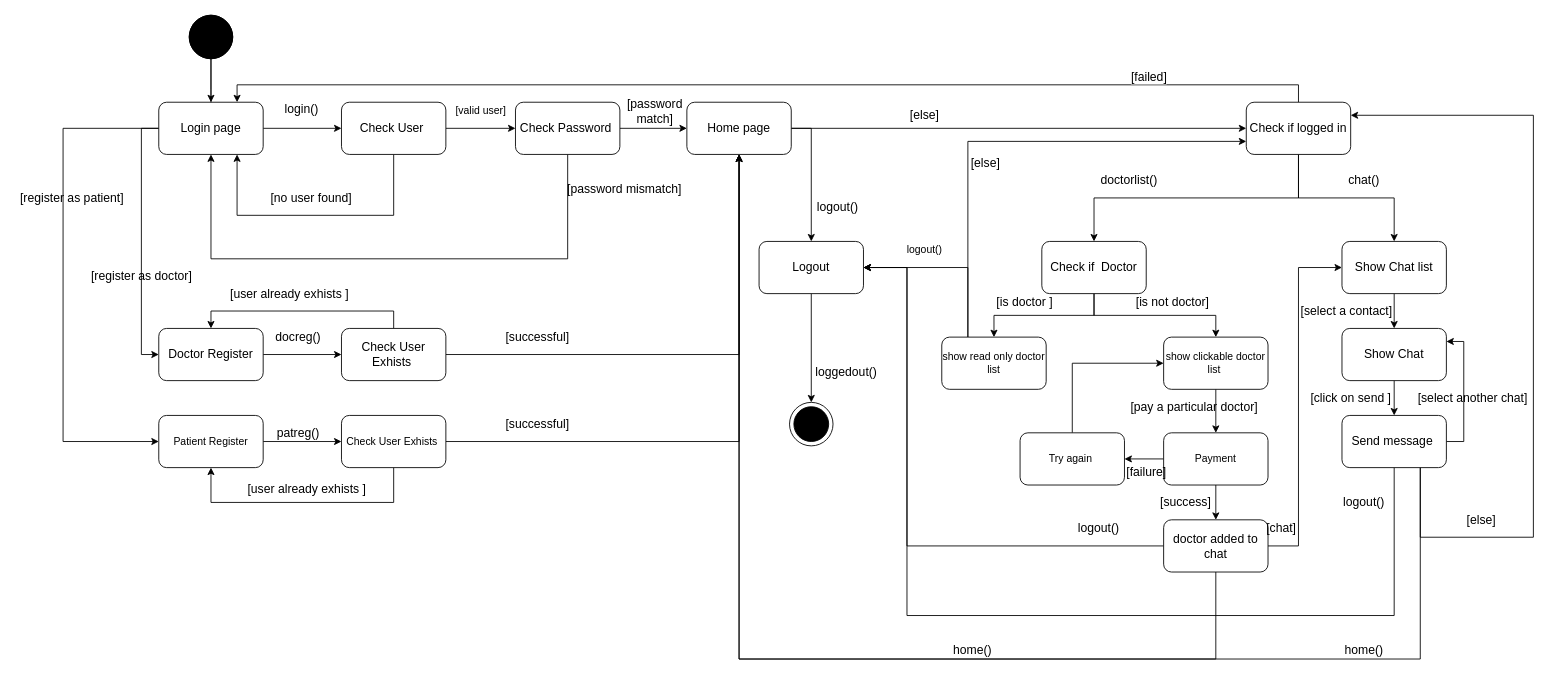
The draw.io diagram page "Final state diagram" (13 of 14) of stqa.drawio in MohitBurkule/doctorconnect, before the edit. Source tidied: cells renumbered, new cells numbered last; positions are measured from the earlier drawing's top-left corner, leaving out a move shared by most shapes. Both pictures are drawn from the tidied source at 87%, with x=0, y=0 at pixel (15, 15).
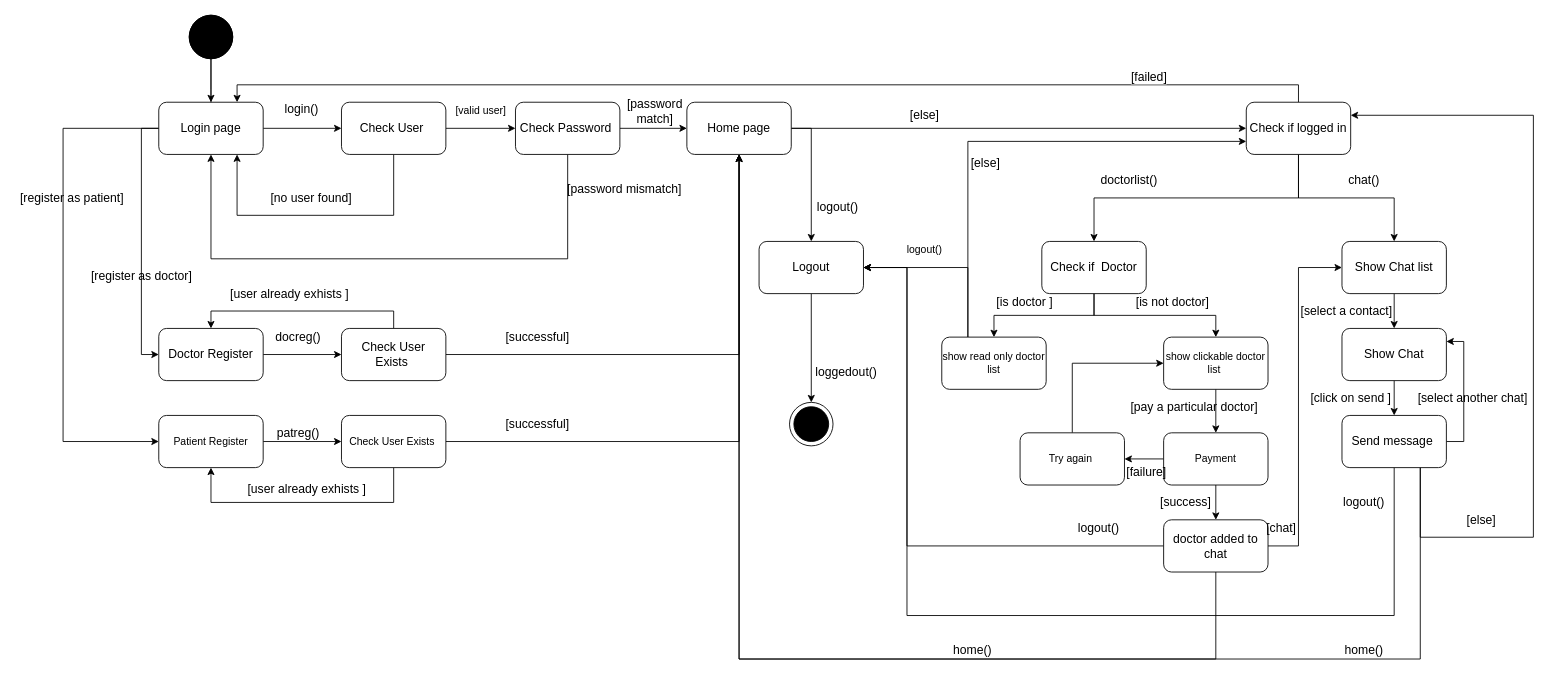
After the change.

Diff of the diagram source:
```diff
@@
-    <mxCell id="32" value="&lt;font style=&quot;font-size: 14px&quot;&gt;Check User Exhists&amp;nbsp;&lt;/font&gt;" style="rounded=1;whiteSpace=wrap;html=1;" parent="1" vertex="1">
+    <mxCell id="32" value="&lt;font style=&quot;font-size: 14px&quot;&gt;Check User Exists&amp;nbsp;&lt;/font&gt;" style="rounded=1;whiteSpace=wrap;html=1;" parent="1" vertex="1">
       <mxGeometry x="375" y="360" width="120" height="60" as="geometry" />
     </mxCell>
@@
-    <mxCell id="35" value="Check User Exhists&amp;nbsp;" style="rounded=1;whiteSpace=wrap;html=1;" parent="1" vertex="1">
+    <mxCell id="35" value="Check User Exists&amp;nbsp;" style="rounded=1;whiteSpace=wrap;html=1;" parent="1" vertex="1">
       <mxGeometry x="375" y="460" width="120" height="60" as="geometry" />
     </mxCell>
```
